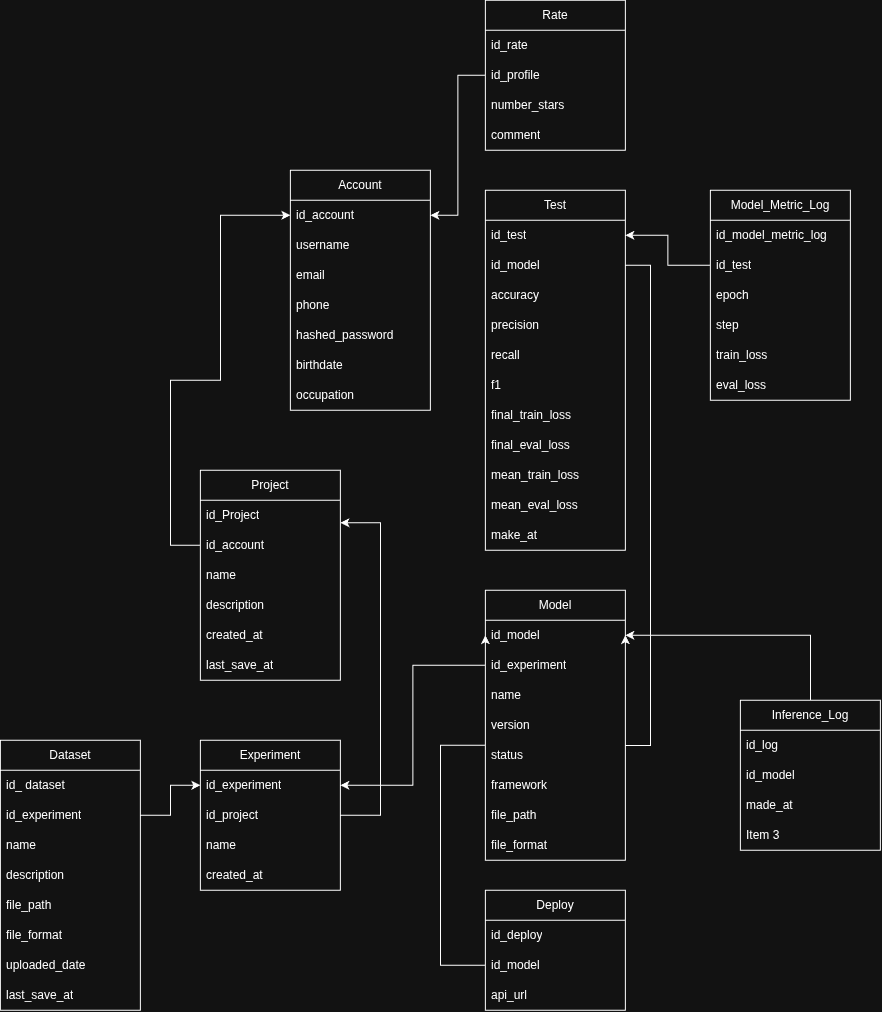
ingGibran/easyML keeps this draw.io diagram as RelationalDiagram.png. Above is the earlier version. Source tidied: cells renumbered, new cells last; positions are measured from the earlier drawing's top-left corner, leaving out a move shared by most shapes.
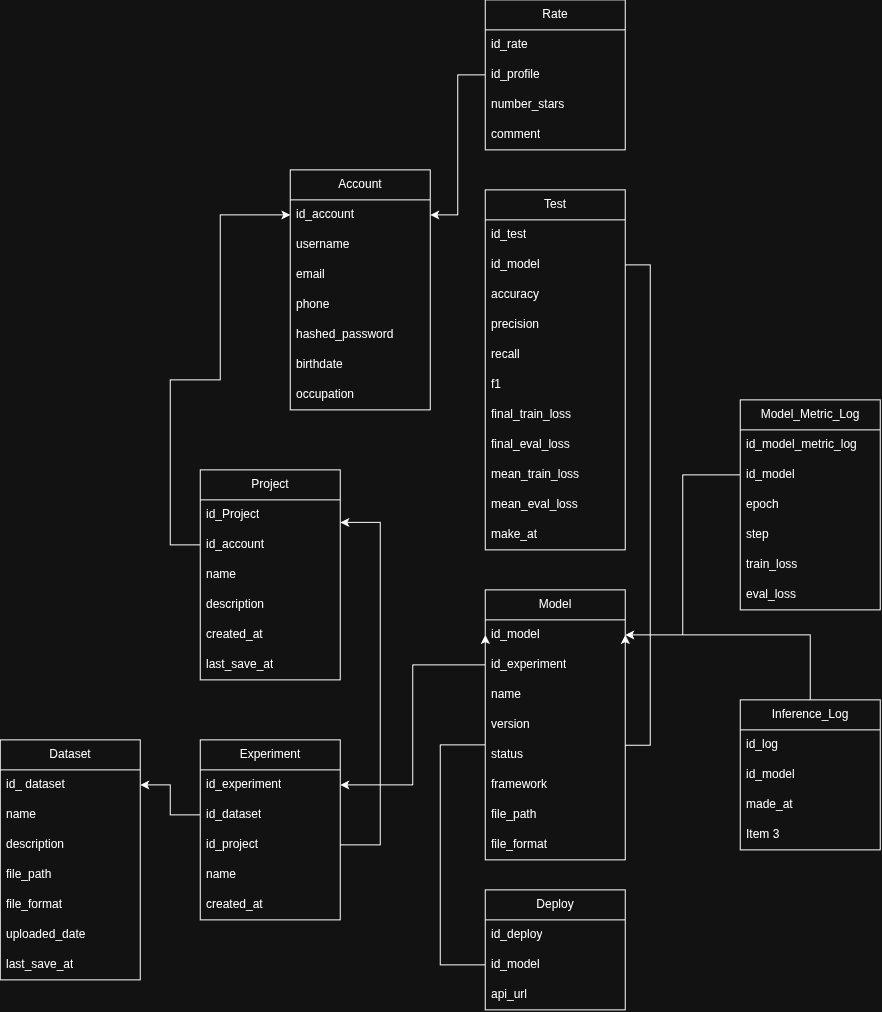
The same diagram one commit later.

Diff of the diagram source:
```diff
@@ -48,31 +48,28 @@
       <mxGeometry y="180" width="140" height="30" as="geometry" />
     </mxCell>
     <mxCell id="17" value="Dataset" style="swimlane;fontStyle=0;horizontal=1;startSize=30;whiteSpace=wrap;html=1;" parent="1" vertex="1">
-      <mxGeometry y="740" width="140" height="270" as="geometry" />
+      <mxGeometry y="740" width="140" height="240" as="geometry" />
     </mxCell>
     <mxCell id="18" value="id_ dataset" style="text;strokeColor=none;fillColor=none;align=left;verticalAlign=middle;spacingLeft=4;spacingRight=4;overflow=hidden;points=[[0,0.5],[1,0.5]];portConstraint=eastwest;whiteSpace=wrap;html=1;" parent="17" vertex="1">
       <mxGeometry y="30" width="140" height="30" as="geometry" />
     </mxCell>
-    <mxCell id="19" value="id_experiment" style="text;strokeColor=none;fillColor=none;align=left;verticalAlign=middle;spacingLeft=4;spacingRight=4;overflow=hidden;points=[[0,0.5],[1,0.5]];portConstraint=eastwest;whiteSpace=wrap;html=1;" parent="17" vertex="1">
-      <mxGeometry y="60" width="140" height="30" as="geometry" />
-    </mxCell>
     <mxCell id="20" value="name" style="text;strokeColor=none;fillColor=none;align=left;verticalAlign=middle;spacingLeft=4;spacingRight=4;overflow=hidden;whiteSpace=wrap;html=1;" parent="17" vertex="1">
-      <mxGeometry y="90" width="140" height="30" as="geometry" />
+      <mxGeometry y="60" width="140" height="30" as="geometry" />
     </mxCell>
     <mxCell id="21" value="description" style="text;strokeColor=none;fillColor=none;align=left;verticalAlign=middle;spacingLeft=4;spacingRight=4;overflow=hidden;whiteSpace=wrap;html=1;" parent="17" vertex="1">
-      <mxGeometry y="120" width="140" height="30" as="geometry" />
+      <mxGeometry y="90" width="140" height="30" as="geometry" />
     </mxCell>
     <mxCell id="22" value="file_path" style="text;strokeColor=none;fillColor=none;align=left;verticalAlign=middle;spacingLeft=4;spacingRight=4;overflow=hidden;whiteSpace=wrap;html=1;" parent="17" vertex="1">
-      <mxGeometry y="150" width="140" height="30" as="geometry" />
+      <mxGeometry y="120" width="140" height="30" as="geometry" />
     </mxCell>
     <mxCell id="23" value="file_format" style="text;strokeColor=none;fillColor=none;align=left;verticalAlign=middle;spacingLeft=4;spacingRight=4;overflow=hidden;whiteSpace=wrap;html=1;" parent="17" vertex="1">
-      <mxGeometry y="180" width="140" height="30" as="geometry" />
+      <mxGeometry y="150" width="140" height="30" as="geometry" />
     </mxCell>
     <mxCell id="24" value="uploaded_date" style="text;strokeColor=none;fillColor=none;align=left;verticalAlign=middle;spacingLeft=4;spacingRight=4;overflow=hidden;whiteSpace=wrap;html=1;" parent="17" vertex="1">
-      <mxGeometry y="210" width="140" height="30" as="geometry" />
+      <mxGeometry y="180" width="140" height="30" as="geometry" />
     </mxCell>
     <mxCell id="25" value="last_save_at" style="text;strokeColor=none;fillColor=none;align=left;verticalAlign=middle;spacingLeft=4;spacingRight=4;overflow=hidden;whiteSpace=wrap;html=1;" parent="17" vertex="1">
-      <mxGeometry y="240" width="140" height="30" as="geometry" />
+      <mxGeometry y="210" width="140" height="30" as="geometry" />
     </mxCell>
     <mxCell id="26" value="Model" style="swimlane;fontStyle=0;horizontal=1;startSize=30;whiteSpace=wrap;html=1;" parent="1" vertex="1">
       <mxGeometry x="485" y="590" width="140" height="270" as="geometry" />
@@ -171,12 +168,12 @@
       <mxGeometry y="120" width="140" height="30" as="geometry" />
     </mxCell>
     <mxCell id="58" value="Model_Metric_Log" style="swimlane;fontStyle=0;horizontal=1;startSize=30;whiteSpace=wrap;html=1;" parent="1" vertex="1">
-      <mxGeometry x="710" y="190" width="140" height="210" as="geometry" />
+      <mxGeometry x="740" y="400" width="140" height="210" as="geometry" />
     </mxCell>
     <mxCell id="59" value="id_model_metric_log" style="text;strokeColor=none;fillColor=none;align=left;verticalAlign=middle;spacingLeft=4;spacingRight=4;overflow=hidden;whiteSpace=wrap;html=1;" parent="58" vertex="1">
       <mxGeometry y="30" width="140" height="30" as="geometry" />
     </mxCell>
-    <mxCell id="60" value="id_test" style="text;strokeColor=none;fillColor=none;align=left;verticalAlign=middle;spacingLeft=4;spacingRight=4;overflow=hidden;points=[[0,0.5],[1,0.5]];portConstraint=eastwest;whiteSpace=wrap;html=1;" parent="58" vertex="1">
+    <mxCell id="60" value="id_model" style="text;strokeColor=none;fillColor=none;align=left;verticalAlign=middle;spacingLeft=4;spacingRight=4;overflow=hidden;points=[[0,0.5],[1,0.5]];portConstraint=eastwest;whiteSpace=wrap;html=1;" parent="58" vertex="1">
       <mxGeometry y="60" width="140" height="30" as="geometry" />
     </mxCell>
     <mxCell id="61" value="epoch" style="text;strokeColor=none;fillColor=none;align=left;verticalAlign=middle;spacingLeft=4;spacingRight=4;overflow=hidden;whiteSpace=wrap;html=1;" parent="58" vertex="1">
@@ -191,9 +188,6 @@
     <mxCell id="64" value="eval_loss" style="text;strokeColor=none;fillColor=none;align=left;verticalAlign=middle;spacingLeft=4;spacingRight=4;overflow=hidden;whiteSpace=wrap;html=1;" parent="58" vertex="1">
       <mxGeometry y="180" width="140" height="30" as="geometry" />
     </mxCell>
-    <mxCell id="65" style="edgeStyle=orthogonalEdgeStyle;rounded=0;jettySize=auto;html=1;entryX=0;entryY=0.5;entryDx=0;entryDy=0;" parent="1" edge="1" source="19" target="75">
-      <mxGeometry relative="1" as="geometry" />
-    </mxCell>
     <mxCell id="66" style="edgeStyle=orthogonalEdgeStyle;rounded=0;jettySize=auto;html=1;entryX=1;entryY=0.5;entryDx=0;entryDy=0;" parent="1" edge="1" source="28" target="75">
       <mxGeometry relative="1" as="geometry" />
     </mxCell>
@@ -205,9 +199,6 @@
         </Array>
       </mxGeometry>
     </mxCell>
-    <mxCell id="68" style="edgeStyle=orthogonalEdgeStyle;rounded=0;jettySize=auto;html=1;entryX=1;entryY=0.5;entryDx=0;entryDy=0;" parent="1" edge="1" source="60" target="36">
-      <mxGeometry relative="1" as="geometry" />
-    </mxCell>
     <mxCell id="69" value="Deploy" style="swimlane;fontStyle=0;horizontal=1;startSize=30;whiteSpace=wrap;html=1;" parent="1" vertex="1">
       <mxGeometry x="485" y="890" width="140" height="120" as="geometry" />
     </mxCell>
@@ -230,27 +221,30 @@
       </mxGeometry>
     </mxCell>
     <mxCell id="74" value="Experiment" style="swimlane;fontStyle=0;horizontal=1;startSize=30;whiteSpace=wrap;html=1;" parent="1" vertex="1">
-      <mxGeometry x="200" y="740" width="140" height="150" as="geometry" />
+      <mxGeometry x="200" y="740" width="140" height="180" as="geometry" />
     </mxCell>
     <mxCell id="75" value="id_experiment" style="text;strokeColor=none;fillColor=none;align=left;verticalAlign=middle;spacingLeft=4;spacingRight=4;overflow=hidden;points=[[0,0.5],[1,0.5]];portConstraint=eastwest;whiteSpace=wrap;html=1;" parent="74" vertex="1">
       <mxGeometry y="30" width="140" height="30" as="geometry" />
     </mxCell>
+    <mxCell id="19" value="id_dataset" style="text;strokeColor=none;fillColor=none;align=left;verticalAlign=middle;spacingLeft=4;spacingRight=4;overflow=hidden;points=[[0,0.5],[1,0.5]];portConstraint=eastwest;whiteSpace=wrap;html=1;" parent="74" vertex="1">
+      <mxGeometry y="60" width="140" height="30" as="geometry" />
+    </mxCell>
     <mxCell id="76" value="id_project" style="text;strokeColor=none;fillColor=none;align=left;verticalAlign=middle;spacingLeft=4;spacingRight=4;overflow=hidden;points=[[0,0.5],[1,0.5]];portConstraint=eastwest;whiteSpace=wrap;html=1;" parent="74" vertex="1">
-      <mxGeometry y="60" width="140" height="30" as="geometry" />
+      <mxGeometry y="90" width="140" height="30" as="geometry" />
     </mxCell>
     <mxCell id="77" value="name" style="text;strokeColor=none;fillColor=none;align=left;verticalAlign=middle;spacingLeft=4;spacingRight=4;overflow=hidden;whiteSpace=wrap;html=1;" parent="74" vertex="1">
-      <mxGeometry y="90" width="140" height="30" as="geometry" />
+      <mxGeometry y="120" width="140" height="30" as="geometry" />
     </mxCell>
     <mxCell id="78" value="created_at" style="text;strokeColor=none;fillColor=none;align=left;verticalAlign=middle;spacingLeft=4;spacingRight=4;overflow=hidden;whiteSpace=wrap;html=1;" parent="74" vertex="1">
-      <mxGeometry y="120" width="140" height="30" as="geometry" />
+      <mxGeometry y="150" width="140" height="30" as="geometry" />
     </mxCell>
     <mxCell id="79" style="edgeStyle=orthogonalEdgeStyle;rounded=0;jettySize=auto;html=1;entryX=1;entryY=0.5;entryDx=0;entryDy=0;" parent="1" edge="1" source="55" target="3">
       <mxGeometry relative="1" as="geometry" />
     </mxCell>
-    <mxCell id="80" style="edgeStyle=orthogonalEdgeStyle;rounded=0;jettySize=auto;html=1;entryX=1;entryY=0.25;entryDx=0;entryDy=0;" parent="1" edge="1" source="76" target="10">
+    <mxCell id="80" style="edgeStyle=orthogonalEdgeStyle;rounded=0;jettySize=auto;html=1;entryX=1;entryY=0.25;entryDx=0;entryDy=0;exitX=1;exitY=0.5;exitDx=0;exitDy=0;" parent="1" edge="1" source="76" target="10">
       <mxGeometry relative="1" as="geometry">
         <Array as="points">
-          <mxPoint x="380" y="815" />
+          <mxPoint x="380" y="845" />
           <mxPoint x="380" y="522.5" />
         </Array>
       </mxGeometry>
@@ -265,5 +259,16 @@
         </Array>
       </mxGeometry>
     </mxCell>
+    <mxCell id="82" style="edgeStyle=orthogonalEdgeStyle;rounded=0;jettySize=auto;html=1;" parent="1" edge="1" source="19" target="18">
+      <mxGeometry relative="1" as="geometry" />
+    </mxCell>
+    <mxCell id="83" style="edgeStyle=orthogonalEdgeStyle;rounded=0;jettySize=auto;html=1;entryX=1;entryY=0.5;entryDx=0;entryDy=0;" parent="1" edge="1" source="60" target="27">
+      <mxGeometry relative="1" as="geometry">
+        <Array as="points">
+          <mxPoint x="682.5" y="475" />
+          <mxPoint x="682.5" y="635" />
+        </Array>
+      </mxGeometry>
+    </mxCell>
   </root>
 </mxGraphModel>
```
